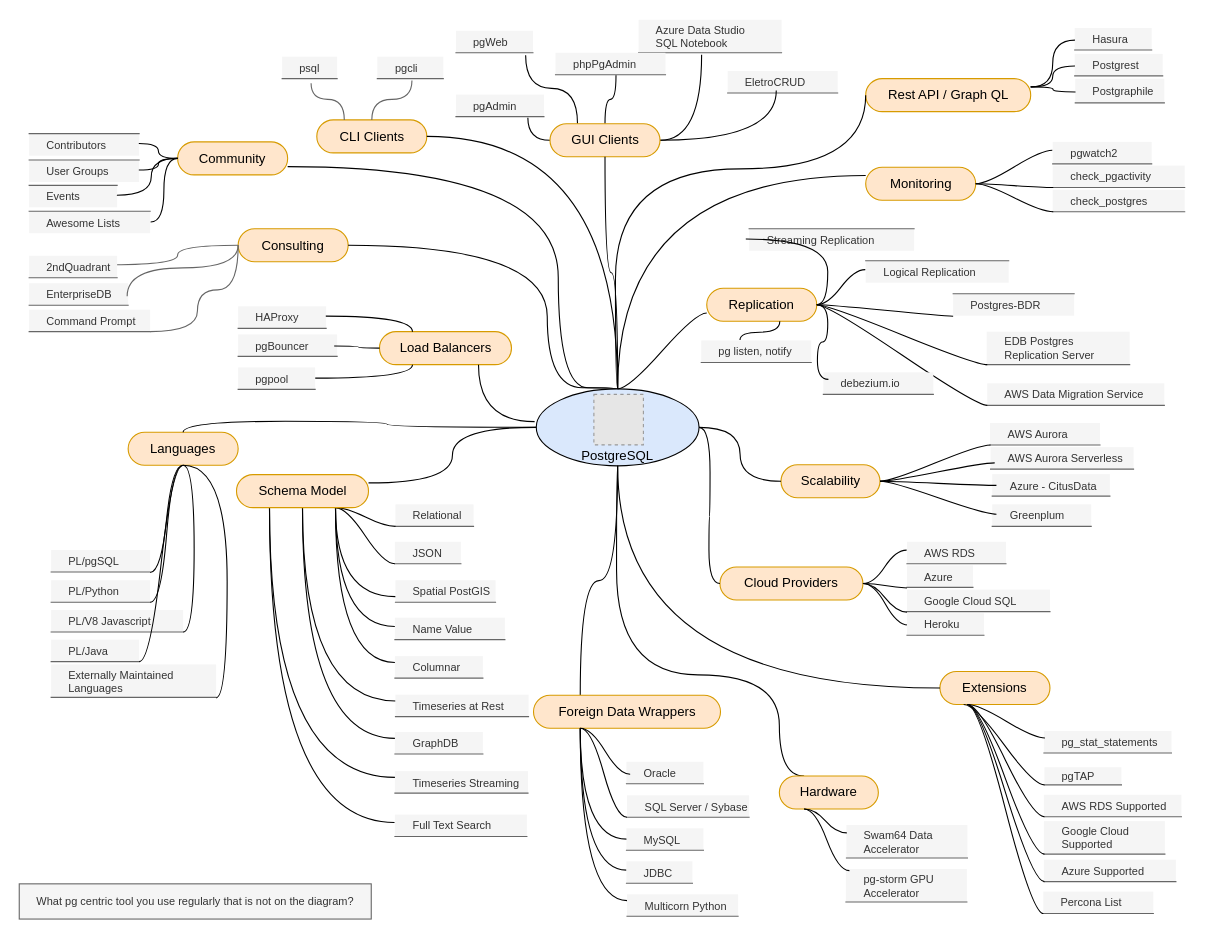
This is postgresql-ecosystem.drawio from EfficiencyGeek/postgresql-ecosystem, a draw.io file, before an edit. Source tidied: cells renumbered, new cells numbered last; positions are measured from the earlier drawing's top-left corner, leaving out a move shared by most shapes. Both pictures are drawn from the tidied source at 110%, with x=0, y=0 at pixel (19, 19). Pictures stored in the file or linked from it are replaced by grey dashed boxes.
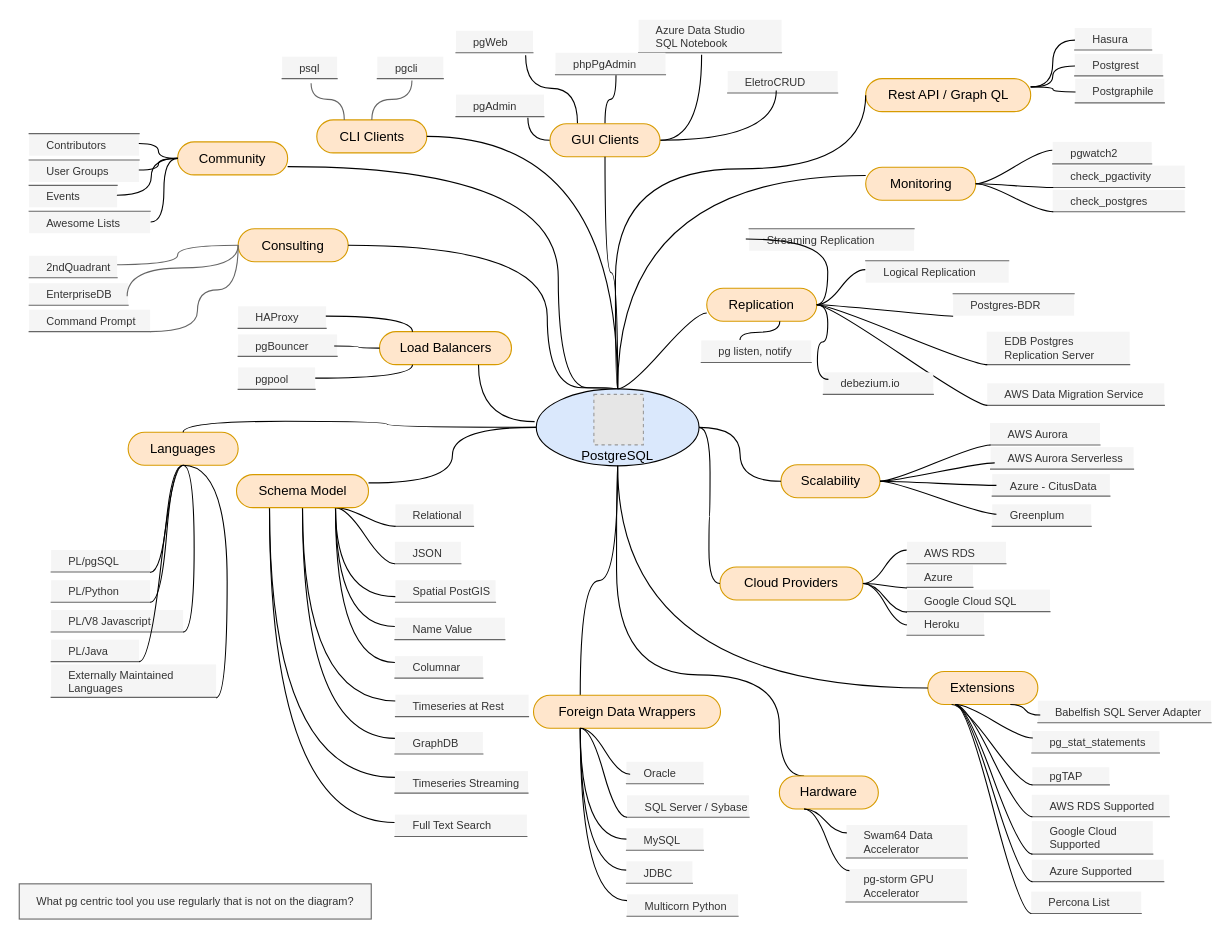
The same page after the edit.

Commit message:
Added Babelfish Extension due to AWS Aurora support

What changed in the source:
```diff
@@
     <mxCell id="7" value="Extensions" style="whiteSpace=wrap;html=1;rounded=1;arcSize=50;align=center;verticalAlign=middle;strokeWidth=1;spacing=4;strokeColor=#d79b00;fillColor=#ffe6cc;" parent="1" vertex="1">
-      <mxGeometry x="837" y="593" width="100" height="30" as="geometry" />
+      <mxGeometry x="826" y="593" width="100" height="30" as="geometry" />
     </mxCell>
@@
     <mxCell id="70" value="pgTAP" style="whiteSpace=wrap;html=1;shape=partialRectangle;top=0;left=0;bottom=1;right=0;points=[[0,1],[1,1]];strokeColor=#666666;fillColor=#f5f5f5;align=left;verticalAlign=middle;routingCenterY=0.5;snapToPoint=1;fontColor=#333333;flipV=0;fontSize=10;spacingLeft=14;" parent="1" vertex="1">
-      <mxGeometry x="932" y="680" width="70" height="16" as="geometry" />
+      <mxGeometry x="921" y="680" width="70" height="16" as="geometry" />
     </mxCell>
     <mxCell id="71" value="pg_stat_statements" style="whiteSpace=wrap;html=1;shape=partialRectangle;top=0;left=0;bottom=1;right=0;points=[[0,1],[1,1]];strokeColor=#666666;fillColor=#f5f5f5;align=left;verticalAlign=middle;routingCenterY=0.5;snapToPoint=1;fontColor=#333333;flipV=0;fontSize=10;spacingLeft=14;" parent="1" vertex="1">
-      <mxGeometry x="931.5" y="647" width="116" height="20" as="geometry" />
+      <mxGeometry x="920.5" y="647" width="116" height="20" as="geometry" />
     </mxCell>
     <mxCell id="72" value="Percona List" style="whiteSpace=wrap;html=1;shape=partialRectangle;top=0;left=0;bottom=1;right=0;points=[[0,1],[1,1]];strokeColor=#666666;fillColor=#f5f5f5;align=left;verticalAlign=middle;routingCenterY=0.5;snapToPoint=1;fontColor=#333333;fontSize=10;spacingLeft=14;" parent="1" vertex="1">
-      <mxGeometry x="931" y="793" width="100" height="20" as="geometry" />
+      <mxGeometry x="920" y="793" width="100" height="20" as="geometry" />
     </mxCell>
@@
     <mxCell id="75" value="Google Cloud &lt;br&gt;Supported" style="whiteSpace=wrap;html=1;shape=partialRectangle;top=0;left=0;bottom=1;right=0;points=[[0,1],[1,1]];strokeColor=#666666;fillColor=#f5f5f5;align=left;verticalAlign=middle;routingCenterY=0.5;snapToPoint=1;fontColor=#333333;spacingLeft=14;fontSize=10;" parent="1" vertex="1">
-      <mxGeometry x="931.5" y="729" width="110" height="30" as="geometry" />
+      <mxGeometry x="920.5" y="729" width="110" height="30" as="geometry" />
     </mxCell>
     <mxCell id="76" value="AWS RDS Supported" style="whiteSpace=wrap;html=1;shape=partialRectangle;top=0;left=0;bottom=1;right=0;points=[[0,1],[1,1]];strokeColor=#666666;fillColor=#f5f5f5;align=left;verticalAlign=middle;routingCenterY=0.5;snapToPoint=1;fontColor=#333333;flipV=0;fontSize=10;spacingLeft=14;" parent="1" vertex="1">
-      <mxGeometry x="931.5" y="705" width="125" height="20" as="geometry" />
+      <mxGeometry x="920.5" y="705" width="125" height="20" as="geometry" />
     </mxCell>
     <mxCell id="77" value="Azure Supported" style="whiteSpace=wrap;html=1;shape=partialRectangle;top=0;left=0;bottom=1;right=0;points=[[0,1],[1,1]];strokeColor=#666666;fillColor=#f5f5f5;align=left;verticalAlign=middle;routingCenterY=0.5;snapToPoint=1;fontColor=#333333;fontSize=10;spacingLeft=14;" parent="1" vertex="1">
-      <mxGeometry x="931.5" y="764" width="120" height="20" as="geometry" />
+      <mxGeometry x="920.5" y="764" width="120" height="20" as="geometry" />
     </mxCell>
@@
+    <mxCell id="165" value="&lt;font style=&quot;font-size: 10px&quot;&gt;Babelfish SQL Server Adapter&lt;/font&gt;" style="whiteSpace=wrap;html=1;shape=partialRectangle;top=0;left=0;bottom=1;right=0;points=[[0,1],[1,1]];strokeColor=#666666;fillColor=#f5f5f5;align=left;verticalAlign=middle;routingCenterY=0.5;snapToPoint=1;fontColor=#333333;flipV=0;fontSize=10;spacingLeft=14;" parent="1" vertex="1">
+      <mxGeometry x="926" y="619.5" width="157.5" height="20" as="geometry" />
+    </mxCell>
+    <mxCell id="166" style="edgeStyle=entityRelationEdgeStyle;startArrow=none;endArrow=none;segment=10;curved=1;entryX=0.014;entryY=0.653;entryDx=0;entryDy=0;entryPerimeter=0;exitX=0.75;exitY=1;exitDx=0;exitDy=0;" parent="1" edge="1" source="7" target="165">
+      <mxGeometry relative="1" as="geometry" />
+    </mxCell>
```
